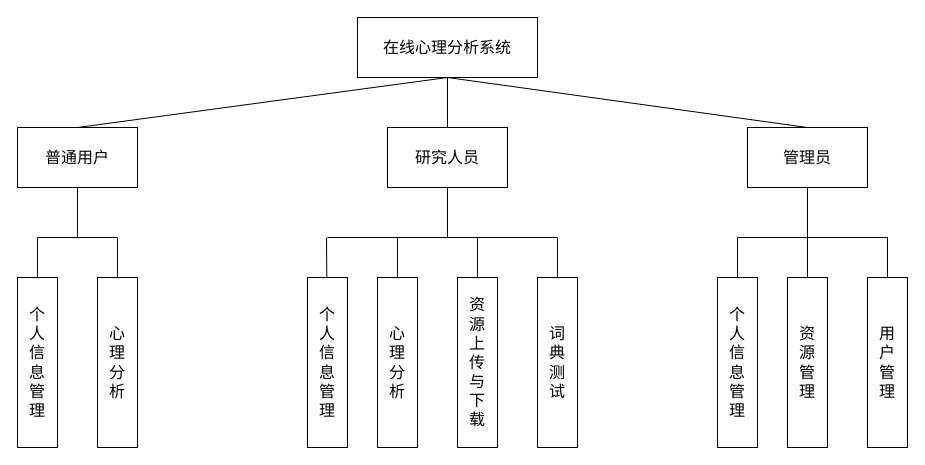
Above: page "第 1 页" (1 of 5) of bishe.drawio in chensiyi0904/draw.io (draw.io), before the change. Source tidied: cells renumbered, new cells numbered last; positions are measured from the earlier drawing's top-left corner, leaving out a move shared by most shapes. Both pictures are drawn from the tidied source at 100%, with x=0, y=0 at pixel (17, 17).
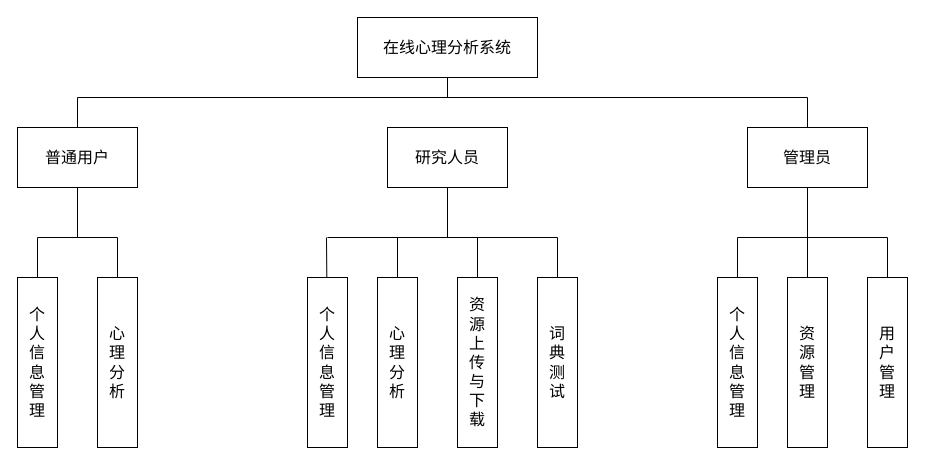
After the change.

Unchanged cells that the change refers to:
```xml
<mxCell id="2" value="&lt;font style=&quot;font-size: 16px;&quot;&gt;在线心理分析系统&lt;/font&gt;" style="rounded=0;whiteSpace=wrap;html=1;fontSize=16;fontStyle=0;" parent="1" vertex="1">
  <mxGeometry x="340" width="180" height="60" as="geometry" />
</mxCell>
<mxCell id="3" value="普通用户" style="rounded=0;whiteSpace=wrap;html=1;fontSize=16;fontStyle=0;" parent="1" vertex="1">
  <mxGeometry y="110" width="120" height="60" as="geometry" />
</mxCell>
<mxCell id="4" value="研究人员" style="rounded=0;whiteSpace=wrap;html=1;fontSize=16;fontStyle=0;" parent="1" vertex="1">
  <mxGeometry x="370" y="110" width="120" height="60" as="geometry" />
</mxCell>
<mxCell id="5" value="管理员" style="rounded=0;whiteSpace=wrap;html=1;fontSize=16;fontStyle=0;" parent="1" vertex="1">
  <mxGeometry x="730" y="110" width="120" height="60" as="geometry" />
</mxCell>
```

What changed in the source:
```diff
@@
-    <mxCell id="6" style="endArrow=none;html=1;rounded=0;exitX=0.5;exitY=0;exitDx=0;exitDy=0;fontSize=16;fontStyle=0;" parent="1" edge="1" source="3">
-      <mxGeometry relative="1" as="geometry">
-        <mxPoint x="430" y="60" as="targetPoint" />
-      </mxGeometry>
-    </mxCell>
-    <mxCell id="7" style="endArrow=none;html=1;rounded=0;entryX=0.5;entryY=1;entryDx=0;entryDy=0;exitX=0.5;exitY=0;exitDx=0;exitDy=0;fontSize=16;fontStyle=0;" parent="1" edge="1" source="4" target="2">
-      <mxGeometry relative="1" as="geometry" />
+    <mxCell id="7" style="endArrow=none;html=1;rounded=0;entryX=0.5;entryY=1;entryDx=0;entryDy=0;fontSize=16;fontStyle=0;" parent="1" edge="1" target="2">
+      <mxGeometry relative="1" as="geometry">
+        <mxPoint x="430" y="80" as="sourcePoint" />
+      </mxGeometry>
     </mxCell>
-    <mxCell id="8" style="endArrow=none;html=1;rounded=0;entryX=0.5;entryY=1;entryDx=0;entryDy=0;exitX=0.5;exitY=0;exitDx=0;exitDy=0;fontSize=16;fontStyle=0;" parent="1" edge="1" source="5" target="2">
-      <mxGeometry relative="1" as="geometry" />
-    </mxCell>
@@
+    <mxCell id="33" style="endArrow=none;html=1;rounded=0;" parent="1" edge="1">
+      <mxGeometry relative="1" as="geometry">
+        <mxPoint x="60" y="80" as="sourcePoint" />
+        <mxPoint x="790" y="80" as="targetPoint" />
+      </mxGeometry>
+    </mxCell>
+    <mxCell id="34" style="endArrow=none;html=1;rounded=0;" parent="1" edge="1">
+      <mxGeometry relative="1" as="geometry">
+        <mxPoint x="60" y="110" as="sourcePoint" />
+        <mxPoint x="60" y="80" as="targetPoint" />
+      </mxGeometry>
+    </mxCell>
+    <mxCell id="35" style="endArrow=none;html=1;rounded=0;" parent="1" edge="1" source="5">
+      <mxGeometry relative="1" as="geometry">
+        <mxPoint x="790" y="80" as="targetPoint" />
+      </mxGeometry>
+    </mxCell>
```
